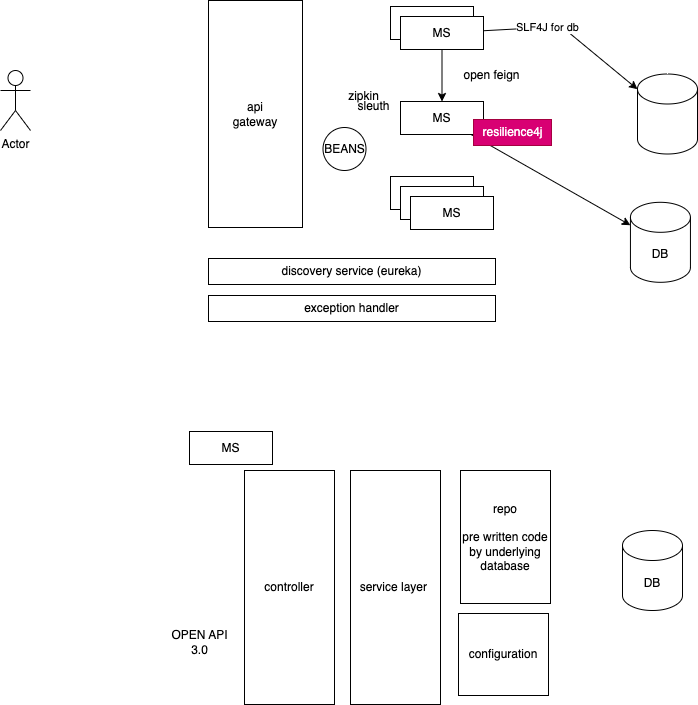
Above: images/day13.drawio.png in adithnaveen/sapient-asde-mar-2024 (draw.io), before the change. Source tidied: cells renumbered, new cells last; positions are measured from the earlier drawing's top-left corner, leaving out a move shared by most shapes. Its diagram source:
```xml
<mxGraphModel>
  <root>
    <mxCell id="0" />
    <mxCell id="1" parent="0" />
    <mxCell id="2" value="MS" style="rounded=0;whiteSpace=wrap;html=1;fillColor=default;" parent="1" vertex="1">
      <mxGeometry x="390" y="6" width="83" height="33" as="geometry" />
    </mxCell>
    <mxCell id="3" style="edgeStyle=none;html=1;" parent="1" edge="1" source="4" target="20">
      <mxGeometry relative="1" as="geometry" />
    </mxCell>
    <mxCell id="4" value="MS" style="rounded=0;whiteSpace=wrap;html=1;fillColor=default;" parent="1" vertex="1">
      <mxGeometry x="400" y="101" width="83" height="33" as="geometry" />
    </mxCell>
    <mxCell id="5" value="MS" style="rounded=0;whiteSpace=wrap;html=1;fillColor=default;" parent="1" vertex="1">
      <mxGeometry x="390" y="176" width="83" height="33" as="geometry" />
    </mxCell>
    <mxCell id="6" style="edgeStyle=none;html=1;" parent="1" edge="1" source="9" target="4">
      <mxGeometry relative="1" as="geometry" />
    </mxCell>
    <mxCell id="7" style="edgeStyle=none;html=1;" parent="1" edge="1" source="9" target="19">
      <mxGeometry relative="1" as="geometry">
        <Array as="points">
          <mxPoint x="561" y="26" />
        </Array>
      </mxGeometry>
    </mxCell>
    <mxCell id="8" value="SLF4J for db" style="edgeLabel;html=1;align=center;verticalAlign=middle;" parent="7" vertex="1">
      <mxGeometry x="-0.29" relative="1" as="geometry" />
    </mxCell>
    <mxCell id="9" value="MS" style="rounded=0;whiteSpace=wrap;html=1;fillColor=default;" parent="1" vertex="1">
      <mxGeometry x="400" y="16" width="83" height="33" as="geometry" />
    </mxCell>
    <mxCell id="10" value="MS" style="rounded=0;whiteSpace=wrap;html=1;fillColor=default;" parent="1" vertex="1">
      <mxGeometry x="400" y="186" width="83" height="33" as="geometry" />
    </mxCell>
    <mxCell id="11" value="MS" style="rounded=0;whiteSpace=wrap;html=1;fillColor=default;" parent="1" vertex="1">
      <mxGeometry x="410" y="196" width="83" height="33" as="geometry" />
    </mxCell>
    <mxCell id="12" value="Actor" style="shape=umlActor;verticalLabelPosition=bottom;verticalAlign=top;html=1;fillColor=default;" parent="1" vertex="1">
      <mxGeometry y="70" width="30" height="60" as="geometry" />
    </mxCell>
    <mxCell id="13" value="api &lt;br&gt;gateway" style="rounded=0;whiteSpace=wrap;html=1;fillColor=default;" parent="1" vertex="1">
      <mxGeometry x="208" width="94" height="227" as="geometry" />
    </mxCell>
    <mxCell id="14" value="discovery service (eureka)" style="rounded=0;whiteSpace=wrap;html=1;fillColor=default;" parent="1" vertex="1">
      <mxGeometry x="208" y="258" width="287" height="26" as="geometry" />
    </mxCell>
    <mxCell id="15" value="open feign" style="text;html=1;align=center;verticalAlign=middle;strokeColor=none;fillColor=none;" parent="1" vertex="1">
      <mxGeometry x="454" y="62" width="74" height="26" as="geometry" />
    </mxCell>
    <mxCell id="16" value="resilience4j" style="text;html=1;align=center;verticalAlign=middle;strokeColor=#A50040;fillColor=#d80073;fontColor=#ffffff;" parent="1" vertex="1">
      <mxGeometry x="473" y="119" width="78" height="26" as="geometry" />
    </mxCell>
    <mxCell id="17" value="zipkin" style="text;html=1;align=center;verticalAlign=middle;strokeColor=none;fillColor=none;" parent="1" vertex="1">
      <mxGeometry x="338" y="83" width="49" height="26" as="geometry" />
    </mxCell>
    <mxCell id="18" value="sleuth" style="text;html=1;align=center;verticalAlign=middle;strokeColor=none;fillColor=none;" parent="1" vertex="1">
      <mxGeometry x="348" y="93" width="50" height="26" as="geometry" />
    </mxCell>
    <mxCell id="19" style="shape=cylinder3;whiteSpace=wrap;html=1;boundedLbl=1;backgroundOutline=1;size=15;fillColor=default;" parent="1" vertex="1">
      <mxGeometry x="637" y="73.5" width="60" height="80" as="geometry" />
    </mxCell>
    <mxCell id="20" value="DB" style="shape=cylinder3;whiteSpace=wrap;html=1;boundedLbl=1;backgroundOutline=1;size=15;fillColor=default;" parent="1" vertex="1">
      <mxGeometry x="629.9" y="201.8" width="60" height="80" as="geometry" />
    </mxCell>
    <mxCell id="21" value="exception handler" style="rounded=0;whiteSpace=wrap;html=1;fillColor=default;" parent="1" vertex="1">
      <mxGeometry x="208" y="295" width="287" height="26" as="geometry" />
    </mxCell>
    <mxCell id="22" value="BEANS" style="ellipse;whiteSpace=wrap;html=1;fillColor=default;" parent="1" vertex="1">
      <mxGeometry x="322.5" y="127" width="43" height="43" as="geometry" />
    </mxCell>
    <mxCell id="23" value="MS" style="rounded=0;whiteSpace=wrap;html=1;fillColor=default;" parent="1" vertex="1">
      <mxGeometry x="189" y="431" width="83" height="33" as="geometry" />
    </mxCell>
    <mxCell id="24" value="DB" style="shape=cylinder3;whiteSpace=wrap;html=1;boundedLbl=1;backgroundOutline=1;size=15;fillColor=default;" parent="1" vertex="1">
      <mxGeometry x="622" y="530" width="60" height="80" as="geometry" />
    </mxCell>
    <mxCell id="25" value="repo&lt;br&gt;&lt;br&gt;pre written code by underlying database" style="rounded=0;whiteSpace=wrap;html=1;fillColor=default;" parent="1" vertex="1">
      <mxGeometry x="460" y="470" width="90" height="133" as="geometry" />
    </mxCell>
    <mxCell id="26" value="service layer&amp;nbsp;" style="rounded=0;whiteSpace=wrap;html=1;fillColor=default;" parent="1" vertex="1">
      <mxGeometry x="350" y="470" width="90" height="234" as="geometry" />
    </mxCell>
    <mxCell id="27" value="controller" style="rounded=0;whiteSpace=wrap;html=1;fillColor=default;" parent="1" vertex="1">
      <mxGeometry x="244" y="470" width="90" height="234" as="geometry" />
    </mxCell>
    <mxCell id="28" value="configuration" style="rounded=0;whiteSpace=wrap;html=1;fillColor=default;" parent="1" vertex="1">
      <mxGeometry x="458" y="613" width="90" height="82" as="geometry" />
    </mxCell>
    <mxCell id="29" value="OPEN API&lt;br&gt;3.0" style="text;html=1;align=center;verticalAlign=middle;strokeColor=none;fillColor=none;" parent="1" vertex="1">
      <mxGeometry x="162" y="621" width="74" height="41" as="geometry" />
    </mxCell>
  </root>
</mxGraphModel>
```
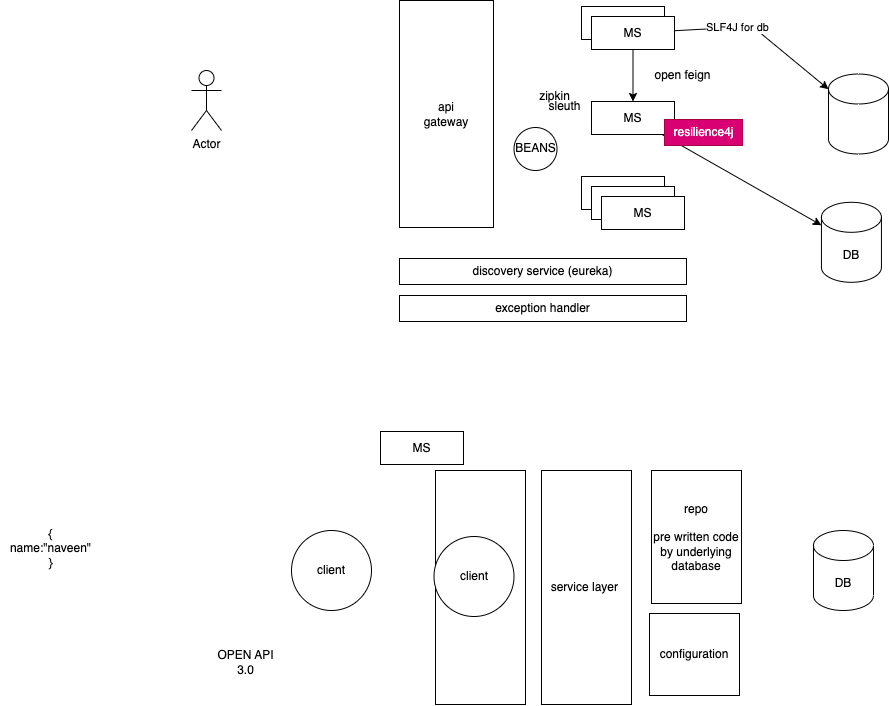
After the commit.

The edit, as a diff of the source:
```diff
@@ -88,7 +88,16 @@
       <mxGeometry x="458" y="613" width="90" height="82" as="geometry" />
     </mxCell>
     <mxCell id="29" value="OPEN API&lt;br&gt;3.0" style="text;html=1;align=center;verticalAlign=middle;strokeColor=none;fillColor=none;" parent="1" vertex="1">
-      <mxGeometry x="162" y="621" width="74" height="41" as="geometry" />
+      <mxGeometry x="17" y="641" width="74" height="41" as="geometry" />
     </mxCell>
+    <mxCell id="30" value="{&lt;br&gt;name:&quot;naveen&quot;&lt;br&gt;}" style="text;html=1;align=center;verticalAlign=middle;strokeColor=none;fillColor=none;" parent="1" vertex="1">
+      <mxGeometry x="-191" y="520" width="99" height="55" as="geometry" />
+    </mxCell>
+    <mxCell id="31" value="client" style="ellipse;whiteSpace=wrap;html=1;" parent="1" vertex="1">
+      <mxGeometry x="100" y="530" width="80" height="80" as="geometry" />
+    </mxCell>
+    <mxCell id="32" value="client" style="ellipse;whiteSpace=wrap;html=1;" parent="1" vertex="1">
+      <mxGeometry x="242.5" y="536" width="80" height="80" as="geometry" />
+    </mxCell>
   </root>
 </mxGraphModel>
```
